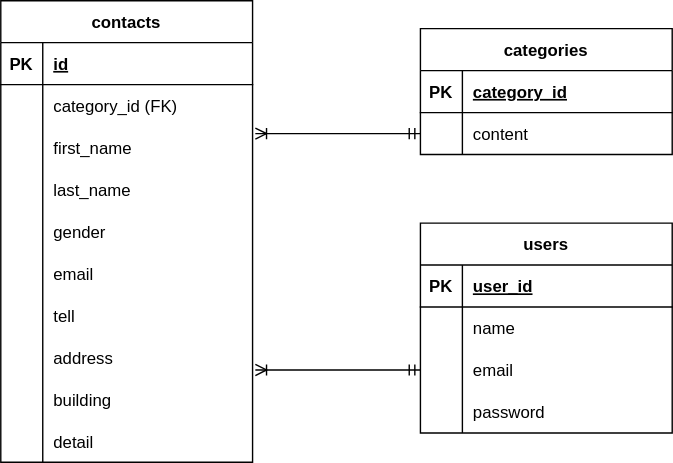
Before: src/contact-form-test_ER.drawio.svg, a diagram exported from draw.io (dq-myk/contact-form-test). Source tidied: cells renumbered, new cells last; positions are measured from the earlier drawing's top-left corner, leaving out a move shared by most shapes. The source it was exported from:
```xml
<mxGraphModel>
  <root>
    <mxCell id="0" />
    <mxCell id="1" parent="0" />
    <mxCell id="2" value="contacts" style="shape=table;startSize=30;rowLines=0;fontStyle=1;align=center;" parent="1" vertex="1">
      <mxGeometry width="180" height="330" as="geometry" />
    </mxCell>
    <mxCell id="3" style="shape=tableRow;horizontal=0;startSize=0;swimlaneHead=0;swimlaneBody=0;fillColor=none;top=0;left=0;right=0;bottom=1;" parent="2" vertex="1">
      <mxGeometry y="30" width="180" height="30" as="geometry" />
    </mxCell>
    <mxCell id="4" value="PK" style="shape=partialRectangle;fillColor=none;top=0;left=0;bottom=0;right=0;fontStyle=1;overflow=hidden;" parent="3" vertex="1">
      <mxGeometry width="30" height="30" as="geometry" />
    </mxCell>
    <mxCell id="5" value="id" style="shape=partialRectangle;fillColor=none;top=0;left=0;bottom=0;right=0;align=left;spacingLeft=6;fontStyle=5;overflow=hidden;" parent="3" vertex="1">
      <mxGeometry x="30" width="150" height="30" as="geometry" />
    </mxCell>
    <mxCell id="6" style="shape=tableRow;horizontal=0;startSize=0;swimlaneHead=0;swimlaneBody=0;fillColor=none;top=0;left=0;right=0;bottom=0;" parent="2" vertex="1">
      <mxGeometry y="60" width="180" height="30" as="geometry" />
    </mxCell>
    <mxCell id="7" style="shape=partialRectangle;fillColor=none;top=0;left=0;bottom=0;right=0;overflow=hidden;" parent="6" vertex="1">
      <mxGeometry width="30" height="30" as="geometry" />
    </mxCell>
    <mxCell id="8" value="category_id (FK)" style="shape=partialRectangle;fillColor=none;top=0;left=0;bottom=0;right=0;align=left;spacingLeft=6;overflow=hidden;" parent="6" vertex="1">
      <mxGeometry x="30" width="150" height="30" as="geometry" />
    </mxCell>
    <mxCell id="9" style="shape=tableRow;horizontal=0;startSize=0;swimlaneHead=0;swimlaneBody=0;fillColor=none;points=[[0,0.5],[1,0.5]];portConstraint=eastwest;top=0;left=0;right=0;bottom=0;" parent="2" vertex="1">
      <mxGeometry y="90" width="180" height="30" as="geometry" />
    </mxCell>
    <mxCell id="10" style="shape=partialRectangle;fillColor=none;top=0;left=0;bottom=0;right=0;overflow=hidden;" parent="9" vertex="1">
      <mxGeometry width="30" height="30" as="geometry" />
    </mxCell>
    <mxCell id="11" value="first_name" style="shape=partialRectangle;fillColor=none;top=0;left=0;bottom=0;right=0;align=left;spacingLeft=6;overflow=hidden;" parent="9" vertex="1">
      <mxGeometry x="30" width="150" height="30" as="geometry" />
    </mxCell>
    <mxCell id="12" style="shape=tableRow;horizontal=0;startSize=0;swimlaneHead=0;swimlaneBody=0;fillColor=none;top=0;left=0;right=0;bottom=0;" parent="2" vertex="1">
      <mxGeometry y="120" width="180" height="30" as="geometry" />
    </mxCell>
    <mxCell id="13" style="shape=partialRectangle;fillColor=none;top=0;left=0;bottom=0;right=0;overflow=hidden;" parent="12" vertex="1">
      <mxGeometry width="30" height="30" as="geometry" />
    </mxCell>
    <mxCell id="14" value="last_name" style="shape=partialRectangle;fillColor=none;top=0;left=0;bottom=0;right=0;align=left;spacingLeft=6;overflow=hidden;" parent="12" vertex="1">
      <mxGeometry x="30" width="150" height="30" as="geometry" />
    </mxCell>
    <mxCell id="15" style="shape=tableRow;horizontal=0;startSize=0;swimlaneHead=0;swimlaneBody=0;fillColor=none;top=0;left=0;right=0;bottom=0;" parent="2" vertex="1">
      <mxGeometry y="150" width="180" height="30" as="geometry" />
    </mxCell>
    <mxCell id="16" style="shape=partialRectangle;fillColor=none;top=0;left=0;bottom=0;right=0;overflow=hidden;" parent="15" vertex="1">
      <mxGeometry width="30" height="30" as="geometry" />
    </mxCell>
    <mxCell id="17" style="shape=partialRectangle;fillColor=none;top=0;left=0;bottom=0;right=0;align=left;spacingLeft=6;overflow=hidden;" parent="15" vertex="1">
      <mxGeometry x="30" width="150" height="30" as="geometry" />
    </mxCell>
    <mxCell id="18" style="shape=tableRow;horizontal=0;startSize=0;swimlaneHead=0;swimlaneBody=0;fillColor=none;top=0;left=0;right=0;bottom=0;" parent="2" vertex="1">
      <mxGeometry y="180" width="180" height="30" as="geometry" />
    </mxCell>
    <mxCell id="19" style="shape=partialRectangle;fillColor=none;top=0;left=0;bottom=0;right=0;overflow=hidden;" parent="18" vertex="1">
      <mxGeometry width="30" height="30" as="geometry" />
    </mxCell>
    <mxCell id="20" style="shape=partialRectangle;fillColor=none;top=0;left=0;bottom=0;right=0;align=left;spacingLeft=6;overflow=hidden;" parent="18" vertex="1">
      <mxGeometry x="30" width="150" height="30" as="geometry" />
    </mxCell>
    <mxCell id="21" style="shape=tableRow;horizontal=0;startSize=0;swimlaneHead=0;swimlaneBody=0;fillColor=none;top=0;left=0;right=0;bottom=0;" parent="2" vertex="1">
      <mxGeometry y="210" width="180" height="30" as="geometry" />
    </mxCell>
    <mxCell id="22" style="shape=partialRectangle;fillColor=none;top=0;left=0;bottom=0;right=0;overflow=hidden;" parent="21" vertex="1">
      <mxGeometry width="30" height="30" as="geometry" />
    </mxCell>
    <mxCell id="23" style="shape=partialRectangle;fillColor=none;top=0;left=0;bottom=0;right=0;align=left;spacingLeft=6;overflow=hidden;" parent="21" vertex="1">
      <mxGeometry x="30" width="150" height="30" as="geometry" />
    </mxCell>
    <mxCell id="24" style="shape=tableRow;horizontal=0;startSize=0;swimlaneHead=0;swimlaneBody=0;fillColor=none;top=0;left=0;right=0;bottom=0;" parent="2" vertex="1">
      <mxGeometry y="240" width="180" height="30" as="geometry" />
    </mxCell>
    <mxCell id="25" style="shape=partialRectangle;fillColor=none;top=0;left=0;bottom=0;right=0;overflow=hidden;" parent="24" vertex="1">
      <mxGeometry width="30" height="30" as="geometry" />
    </mxCell>
    <mxCell id="26" style="shape=partialRectangle;fillColor=none;top=0;left=0;bottom=0;right=0;align=left;spacingLeft=6;overflow=hidden;" parent="24" vertex="1">
      <mxGeometry x="30" width="150" height="30" as="geometry" />
    </mxCell>
    <mxCell id="27" style="shape=tableRow;horizontal=0;startSize=0;swimlaneHead=0;swimlaneBody=0;fillColor=none;top=0;left=0;right=0;bottom=0;" parent="2" vertex="1">
      <mxGeometry y="270" width="180" height="30" as="geometry" />
    </mxCell>
    <mxCell id="28" style="shape=partialRectangle;fillColor=none;top=0;left=0;bottom=0;right=0;overflow=hidden;" parent="27" vertex="1">
      <mxGeometry width="30" height="30" as="geometry" />
    </mxCell>
    <mxCell id="29" style="shape=partialRectangle;fillColor=none;top=0;left=0;bottom=0;right=0;align=left;spacingLeft=6;overflow=hidden;" parent="27" vertex="1">
      <mxGeometry x="30" width="150" height="30" as="geometry" />
    </mxCell>
    <mxCell id="30" style="shape=tableRow;horizontal=0;startSize=0;swimlaneHead=0;swimlaneBody=0;fillColor=none;top=0;left=0;right=0;bottom=0;" parent="2" vertex="1">
      <mxGeometry y="300" width="180" height="30" as="geometry" />
    </mxCell>
    <mxCell id="31" style="shape=partialRectangle;fillColor=none;top=0;left=0;bottom=0;right=0;overflow=hidden;" parent="30" vertex="1">
      <mxGeometry width="30" height="30" as="geometry" />
    </mxCell>
    <mxCell id="32" style="shape=partialRectangle;fillColor=none;top=0;left=0;bottom=0;right=0;align=left;spacingLeft=6;overflow=hidden;" parent="30" vertex="1">
      <mxGeometry x="30" width="150" height="30" as="geometry" />
    </mxCell>
    <mxCell id="33" value="categories" style="shape=table;startSize=30;rowLines=0;fontStyle=1;align=center;" parent="1" vertex="1">
      <mxGeometry x="300" y="20" width="180" height="90" as="geometry" />
    </mxCell>
    <mxCell id="34" style="shape=tableRow;horizontal=0;startSize=0;swimlaneHead=0;swimlaneBody=0;fillColor=none;top=0;left=0;right=0;bottom=1;" parent="33" vertex="1">
      <mxGeometry y="30" width="180" height="30" as="geometry" />
    </mxCell>
    <mxCell id="35" value="PK" style="shape=partialRectangle;fillColor=none;top=0;left=0;bottom=0;right=0;fontStyle=1;overflow=hidden;" parent="34" vertex="1">
      <mxGeometry width="30" height="30" as="geometry" />
    </mxCell>
    <mxCell id="36" value="category_id" style="shape=partialRectangle;fillColor=none;top=0;left=0;bottom=0;right=0;align=left;spacingLeft=6;fontStyle=5;overflow=hidden;" parent="34" vertex="1">
      <mxGeometry x="30" width="150" height="30" as="geometry" />
    </mxCell>
    <mxCell id="37" style="shape=tableRow;horizontal=0;startSize=0;swimlaneHead=0;swimlaneBody=0;fillColor=none;points=[[0,0.5],[1,0.5]];portConstraint=eastwest;top=0;left=0;right=0;bottom=0;" parent="33" vertex="1">
      <mxGeometry y="60" width="180" height="30" as="geometry" />
    </mxCell>
    <mxCell id="38" style="shape=partialRectangle;fillColor=none;top=0;left=0;bottom=0;right=0;overflow=hidden;" parent="37" vertex="1">
      <mxGeometry width="30" height="30" as="geometry" />
    </mxCell>
    <mxCell id="39" value="content" style="shape=partialRectangle;fillColor=none;top=0;left=0;bottom=0;right=0;align=left;spacingLeft=6;overflow=hidden;" parent="37" vertex="1">
      <mxGeometry x="30" width="150" height="30" as="geometry" />
    </mxCell>
    <mxCell id="40" value="users" style="shape=table;startSize=30;rowLines=0;fontStyle=1;align=center;" parent="1" vertex="1">
      <mxGeometry x="300" y="159" width="180" height="150" as="geometry" />
    </mxCell>
    <mxCell id="41" style="shape=tableRow;horizontal=0;startSize=0;swimlaneHead=0;swimlaneBody=0;fillColor=none;top=0;left=0;right=0;bottom=1;" parent="40" vertex="1">
      <mxGeometry y="30" width="180" height="30" as="geometry" />
    </mxCell>
    <mxCell id="42" value="PK" style="shape=partialRectangle;fillColor=none;top=0;left=0;bottom=0;right=0;fontStyle=1;overflow=hidden;" parent="41" vertex="1">
      <mxGeometry width="30" height="30" as="geometry" />
    </mxCell>
    <mxCell id="43" value="user_id" style="shape=partialRectangle;fillColor=none;top=0;left=0;bottom=0;right=0;align=left;spacingLeft=6;fontStyle=5;overflow=hidden;" parent="41" vertex="1">
      <mxGeometry x="30" width="150" height="30" as="geometry" />
    </mxCell>
    <mxCell id="44" style="shape=tableRow;horizontal=0;startSize=0;swimlaneHead=0;swimlaneBody=0;fillColor=none;top=0;left=0;right=0;bottom=0;" parent="40" vertex="1">
      <mxGeometry y="60" width="180" height="30" as="geometry" />
    </mxCell>
    <mxCell id="45" style="shape=partialRectangle;fillColor=none;top=0;left=0;bottom=0;right=0;overflow=hidden;" parent="44" vertex="1">
      <mxGeometry width="30" height="30" as="geometry" />
    </mxCell>
    <mxCell id="46" value="name" style="shape=partialRectangle;fillColor=none;top=0;left=0;bottom=0;right=0;align=left;spacingLeft=6;overflow=hidden;" parent="44" vertex="1">
      <mxGeometry x="30" width="150" height="30" as="geometry" />
    </mxCell>
    <mxCell id="47" style="shape=tableRow;horizontal=0;startSize=0;swimlaneHead=0;swimlaneBody=0;fillColor=none;points=[[0,0.5],[1,0.5]];portConstraint=eastwest;top=0;left=0;right=0;bottom=0;" parent="40" vertex="1">
      <mxGeometry y="90" width="180" height="30" as="geometry" />
    </mxCell>
    <mxCell id="48" style="shape=partialRectangle;fillColor=none;top=0;left=0;bottom=0;right=0;overflow=hidden;" parent="47" vertex="1">
      <mxGeometry width="30" height="30" as="geometry" />
    </mxCell>
    <mxCell id="49" value="email" style="shape=partialRectangle;fillColor=none;top=0;left=0;bottom=0;right=0;align=left;spacingLeft=6;overflow=hidden;" parent="47" vertex="1">
      <mxGeometry x="30" width="150" height="30" as="geometry" />
    </mxCell>
    <mxCell id="50" style="shape=tableRow;horizontal=0;startSize=0;swimlaneHead=0;swimlaneBody=0;fillColor=none;top=0;left=0;right=0;bottom=0;" parent="40" vertex="1">
      <mxGeometry y="120" width="180" height="30" as="geometry" />
    </mxCell>
    <mxCell id="51" style="shape=partialRectangle;fillColor=none;top=0;left=0;bottom=0;right=0;overflow=hidden;" parent="50" vertex="1">
      <mxGeometry width="30" height="30" as="geometry" />
    </mxCell>
    <mxCell id="52" value="password" style="shape=partialRectangle;fillColor=none;top=0;left=0;bottom=0;right=0;align=left;spacingLeft=6;overflow=hidden;" parent="50" vertex="1">
      <mxGeometry x="30" width="150" height="30" as="geometry" />
    </mxCell>
    <mxCell id="53" style="shape=tableRow;horizontal=0;startSize=0;swimlaneHead=0;swimlaneBody=0;fillColor=none;top=0;left=0;right=0;bottom=0;" parent="1" vertex="1">
      <mxGeometry y="150" width="180" height="30" as="geometry" />
    </mxCell>
    <mxCell id="54" style="shape=partialRectangle;fillColor=none;top=0;left=0;bottom=0;right=0;overflow=hidden;" parent="53" vertex="1">
      <mxGeometry width="30" height="30" as="geometry" />
    </mxCell>
    <mxCell id="55" value="gender" style="shape=partialRectangle;fillColor=none;top=0;left=0;bottom=0;right=0;align=left;spacingLeft=6;overflow=hidden;" parent="53" vertex="1">
      <mxGeometry x="30" width="150" height="30" as="geometry" />
    </mxCell>
    <mxCell id="56" style="shape=tableRow;horizontal=0;startSize=0;swimlaneHead=0;swimlaneBody=0;fillColor=none;top=0;left=0;right=0;bottom=0;" parent="1" vertex="1">
      <mxGeometry y="180" width="180" height="30" as="geometry" />
    </mxCell>
    <mxCell id="57" style="shape=partialRectangle;fillColor=none;top=0;left=0;bottom=0;right=0;overflow=hidden;" parent="56" vertex="1">
      <mxGeometry width="30" height="30" as="geometry" />
    </mxCell>
    <mxCell id="58" value="email" style="shape=partialRectangle;fillColor=none;top=0;left=0;bottom=0;right=0;align=left;spacingLeft=6;overflow=hidden;" parent="56" vertex="1">
      <mxGeometry x="30" width="150" height="30" as="geometry" />
    </mxCell>
    <mxCell id="59" style="shape=tableRow;horizontal=0;startSize=0;swimlaneHead=0;swimlaneBody=0;fillColor=none;top=0;left=0;right=0;bottom=0;" parent="1" vertex="1">
      <mxGeometry y="210" width="180" height="30" as="geometry" />
    </mxCell>
    <mxCell id="60" style="shape=partialRectangle;fillColor=none;top=0;left=0;bottom=0;right=0;overflow=hidden;" parent="59" vertex="1">
      <mxGeometry width="30" height="30" as="geometry" />
    </mxCell>
    <mxCell id="61" value="tell" style="shape=partialRectangle;fillColor=none;top=0;left=0;bottom=0;right=0;align=left;spacingLeft=6;overflow=hidden;" parent="59" vertex="1">
      <mxGeometry x="30" width="150" height="30" as="geometry" />
    </mxCell>
    <mxCell id="62" style="shape=tableRow;horizontal=0;startSize=0;swimlaneHead=0;swimlaneBody=0;fillColor=none;points=[[0,0.5],[1,0.5]];portConstraint=eastwest;top=0;left=0;right=0;bottom=0;" parent="1" vertex="1">
      <mxGeometry y="240" width="180" height="30" as="geometry" />
    </mxCell>
    <mxCell id="63" style="shape=partialRectangle;fillColor=none;top=0;left=0;bottom=0;right=0;overflow=hidden;" parent="62" vertex="1">
      <mxGeometry width="30" height="30" as="geometry" />
    </mxCell>
    <mxCell id="64" value="address" style="shape=partialRectangle;fillColor=none;top=0;left=0;bottom=0;right=0;align=left;spacingLeft=6;overflow=hidden;" parent="62" vertex="1">
      <mxGeometry x="30" width="150" height="30" as="geometry" />
    </mxCell>
    <mxCell id="65" style="shape=tableRow;horizontal=0;startSize=0;swimlaneHead=0;swimlaneBody=0;fillColor=none;top=0;left=0;right=0;bottom=0;" parent="1" vertex="1">
      <mxGeometry y="270" width="180" height="30" as="geometry" />
    </mxCell>
    <mxCell id="66" style="shape=partialRectangle;fillColor=none;top=0;left=0;bottom=0;right=0;overflow=hidden;" parent="65" vertex="1">
      <mxGeometry width="30" height="30" as="geometry" />
    </mxCell>
    <mxCell id="67" value="building" style="shape=partialRectangle;fillColor=none;top=0;left=0;bottom=0;right=0;align=left;spacingLeft=6;overflow=hidden;" parent="65" vertex="1">
      <mxGeometry x="30" width="150" height="30" as="geometry" />
    </mxCell>
    <mxCell id="68" style="shape=tableRow;horizontal=0;startSize=0;swimlaneHead=0;swimlaneBody=0;fillColor=none;top=0;left=0;right=0;bottom=0;" parent="1" vertex="1">
      <mxGeometry y="300" width="180" height="30" as="geometry" />
    </mxCell>
    <mxCell id="69" style="shape=partialRectangle;fillColor=none;top=0;left=0;bottom=0;right=0;overflow=hidden;" parent="68" vertex="1">
      <mxGeometry width="30" height="30" as="geometry" />
    </mxCell>
    <mxCell id="70" value="detail" style="shape=partialRectangle;fillColor=none;top=0;left=0;bottom=0;right=0;align=left;spacingLeft=6;overflow=hidden;" parent="68" vertex="1">
      <mxGeometry x="30" width="150" height="30" as="geometry" />
    </mxCell>
    <mxCell id="71" style="edgeStyle=none;html=1;exitX=0;exitY=0.5;exitDx=0;exitDy=0;entryX=1.011;entryY=0.8;entryDx=0;entryDy=0;entryPerimeter=0;startArrow=ERmandOne;startFill=0;endArrow=ERoneToMany;endFill=0;" parent="1" edge="1" source="47" target="62">
      <mxGeometry relative="1" as="geometry" />
    </mxCell>
    <mxCell id="72" style="edgeStyle=none;html=1;exitX=0;exitY=0.5;exitDx=0;exitDy=0;entryX=1.011;entryY=0.167;entryDx=0;entryDy=0;entryPerimeter=0;startArrow=ERmandOne;startFill=0;endArrow=ERoneToMany;endFill=0;" parent="1" edge="1" source="37" target="9">
      <mxGeometry relative="1" as="geometry" />
    </mxCell>
  </root>
</mxGraphModel>
```
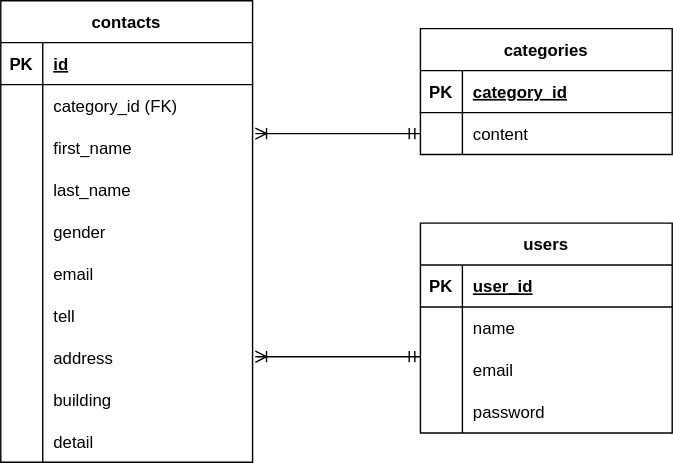
The same file after the commit.

Diff of the diagram source:
```diff
@@ -209,11 +209,14 @@
     <mxCell id="70" value="detail" style="shape=partialRectangle;fillColor=none;top=0;left=0;bottom=0;right=0;align=left;spacingLeft=6;overflow=hidden;" parent="68" vertex="1">
       <mxGeometry x="30" width="150" height="30" as="geometry" />
     </mxCell>
-    <mxCell id="71" style="edgeStyle=none;html=1;exitX=0;exitY=0.5;exitDx=0;exitDy=0;entryX=1.011;entryY=0.8;entryDx=0;entryDy=0;entryPerimeter=0;startArrow=ERmandOne;startFill=0;endArrow=ERoneToMany;endFill=0;" parent="1" edge="1" source="47" target="62">
-      <mxGeometry relative="1" as="geometry" />
-    </mxCell>
     <mxCell id="72" style="edgeStyle=none;html=1;exitX=0;exitY=0.5;exitDx=0;exitDy=0;entryX=1.011;entryY=0.167;entryDx=0;entryDy=0;entryPerimeter=0;startArrow=ERmandOne;startFill=0;endArrow=ERoneToMany;endFill=0;" parent="1" edge="1" source="37" target="9">
       <mxGeometry relative="1" as="geometry" />
     </mxCell>
+    <mxCell id="73" style="edgeStyle=none;html=1;exitX=0;exitY=0.5;exitDx=0;exitDy=0;entryX=1.011;entryY=0.167;entryDx=0;entryDy=0;entryPerimeter=0;startArrow=ERmandOne;startFill=0;endArrow=ERoneToMany;endFill=0;" parent="1" edge="1">
+      <mxGeometry relative="1" as="geometry">
+        <mxPoint x="300" y="254.5" as="sourcePoint" />
+        <mxPoint x="182" y="254.5" as="targetPoint" />
+      </mxGeometry>
+    </mxCell>
   </root>
 </mxGraphModel>
```
